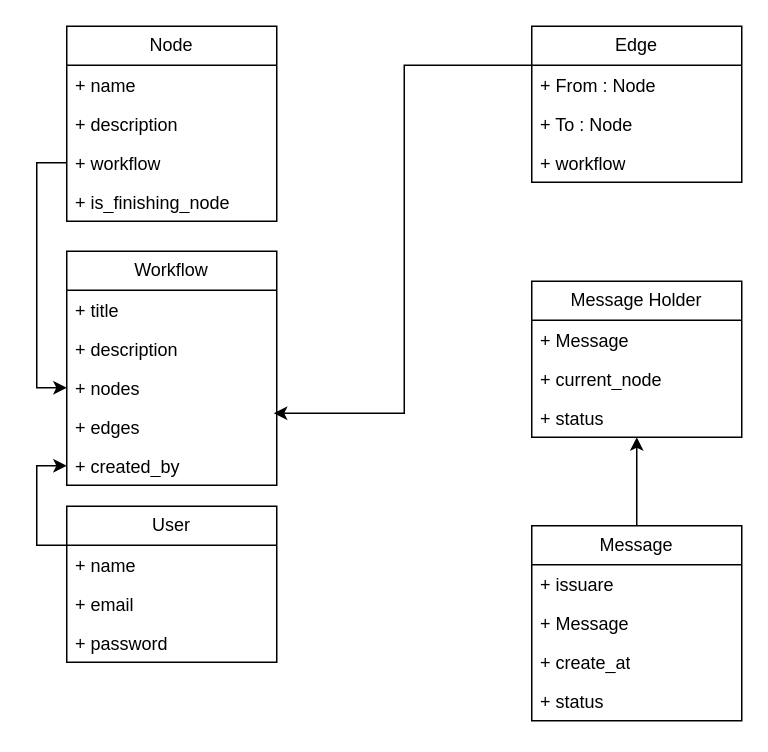
Before: diagrams/Classes.drawio in hasanforaty/FlexFlowAPI, a draw.io diagram. Source tidied: cells renumbered, new cells numbered last; positions are measured from the earlier drawing's top-left corner, leaving out a move shared by most shapes. Both pictures are drawn from the tidied source at 150%, with x=0, y=0 at pixel (66, 26).
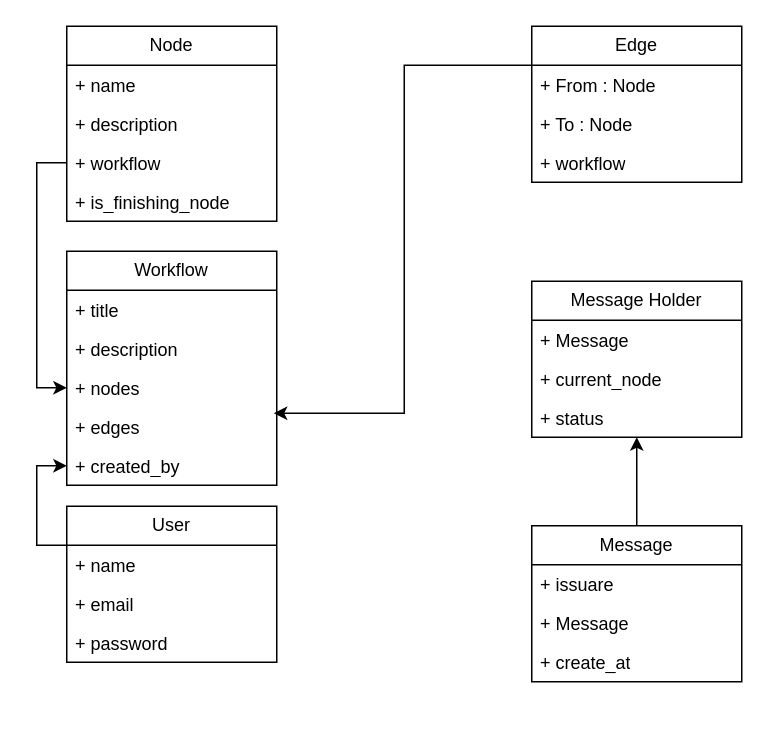
After the change.

Diff of the diagram source:
```diff
@@
     <mxCell id="24" value="Message" style="swimlane;fontStyle=0;horizontal=1;startSize=26;fillColor=none;whiteSpace=wrap;html=1;" parent="1" vertex="1">
-      <mxGeometry x="310" y="333" width="140" height="130" as="geometry" />
+      <mxGeometry x="310" y="333" width="140" height="104" as="geometry" />
     </mxCell>
@@
-    <mxCell id="28" value="+ status" style="text;strokeColor=none;fillColor=none;align=left;verticalAlign=top;spacingLeft=4;spacingRight=4;overflow=hidden;whiteSpace=wrap;html=1;" parent="24" vertex="1">
-      <mxGeometry y="104" width="140" height="26" as="geometry" />
-    </mxCell>
```
